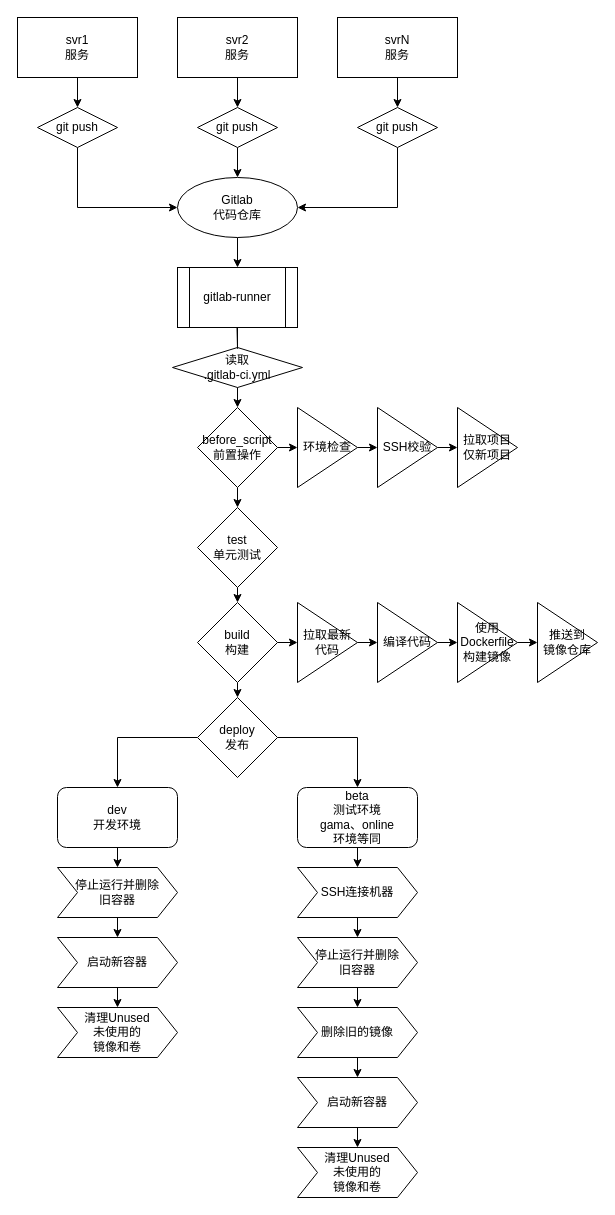
This is backend.drawio from tedlz/draw.io, a draw.io file, before an edit. Source tidied: cells renumbered, new cells numbered last; positions are measured from the earlier drawing's top-left corner, leaving out a move shared by most shapes. Both pictures are drawn from the tidied source at 100%, with x=0, y=0 at pixel (17, 17).
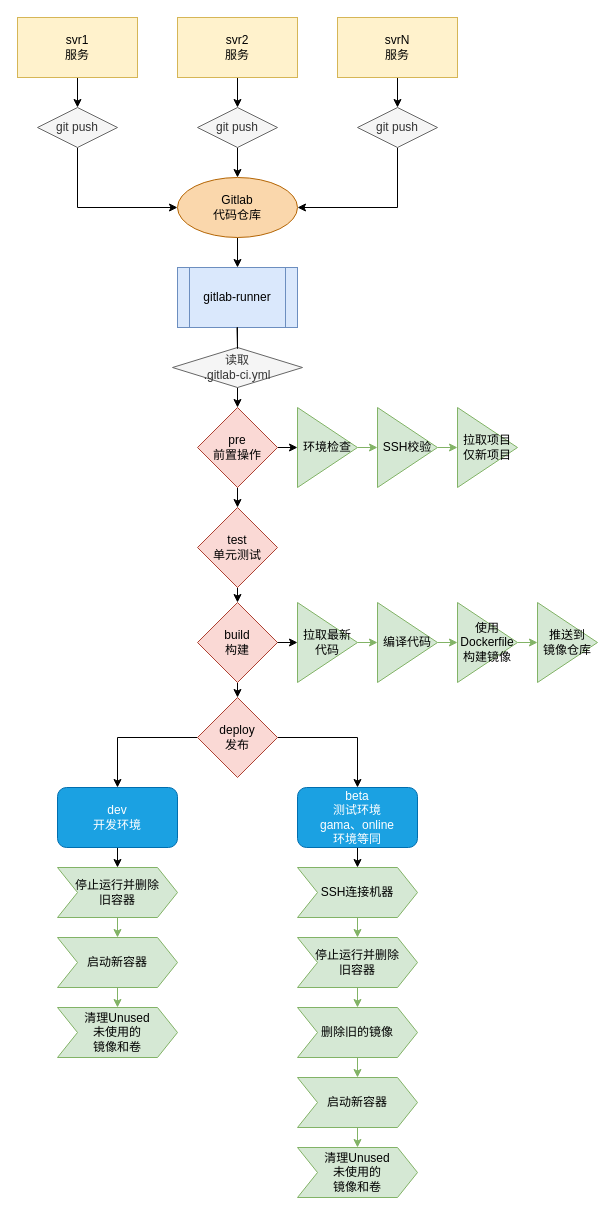
Above is the later version.

The edit, as a diff of the source:
```diff
@@
-    <mxCell id="3" value="svr1&lt;br&gt;服务" style="rounded=0;whiteSpace=wrap;html=1;" parent="1" vertex="1">
+    <mxCell id="3" value="svr1&lt;br&gt;服务" style="rounded=0;whiteSpace=wrap;html=1;fillColor=#fff2cc;strokeColor=#d6b656;" parent="1" vertex="1">
       <mxGeometry width="120" height="60" as="geometry" />
     </mxCell>
@@
-    <mxCell id="5" value="git push" style="rhombus;whiteSpace=wrap;html=1;" parent="1" vertex="1">
+    <mxCell id="5" value="git push" style="rhombus;whiteSpace=wrap;html=1;fillColor=#f5f5f5;fontColor=#333333;strokeColor=#666666;" parent="1" vertex="1">
       <mxGeometry x="20" y="90" width="80" height="40" as="geometry" />
     </mxCell>
@@
-    <mxCell id="7" value="svr2&lt;br&gt;服务" style="rounded=0;whiteSpace=wrap;html=1;" parent="1" vertex="1">
+    <mxCell id="7" value="svr2&lt;br&gt;服务" style="rounded=0;whiteSpace=wrap;html=1;fillColor=#fff2cc;strokeColor=#d6b656;" parent="1" vertex="1">
       <mxGeometry x="160" width="120" height="60" as="geometry" />
     </mxCell>
@@
-    <mxCell id="9" value="git push" style="rhombus;whiteSpace=wrap;html=1;" parent="1" vertex="1">
+    <mxCell id="9" value="git push" style="rhombus;whiteSpace=wrap;html=1;fillColor=#f5f5f5;fontColor=#333333;strokeColor=#666666;" parent="1" vertex="1">
       <mxGeometry x="180" y="90" width="80" height="40" as="geometry" />
     </mxCell>
@@
-    <mxCell id="11" value="svrN&lt;br&gt;服务" style="rounded=0;whiteSpace=wrap;html=1;" parent="1" vertex="1">
+    <mxCell id="11" value="svrN&lt;br&gt;服务" style="rounded=0;whiteSpace=wrap;html=1;fillColor=#fff2cc;strokeColor=#d6b656;" parent="1" vertex="1">
       <mxGeometry x="320" width="120" height="60" as="geometry" />
     </mxCell>
@@
-    <mxCell id="13" value="git push" style="rhombus;whiteSpace=wrap;html=1;" parent="1" vertex="1">
+    <mxCell id="13" value="git push" style="rhombus;whiteSpace=wrap;html=1;fillColor=#f5f5f5;fontColor=#333333;strokeColor=#666666;" parent="1" vertex="1">
       <mxGeometry x="340" y="90" width="80" height="40" as="geometry" />
     </mxCell>
@@
-    <mxCell id="16" value="gitlab-runner" style="shape=process;whiteSpace=wrap;html=1;backgroundOutline=1;" parent="1" vertex="1">
+    <mxCell id="16" value="gitlab-runner" style="shape=process;whiteSpace=wrap;html=1;backgroundOutline=1;fillColor=#dae8fc;strokeColor=#6c8ebf;" parent="1" vertex="1">
       <mxGeometry x="160" y="250" width="120" height="60" as="geometry" />
     </mxCell>
-    <mxCell id="17" value="Gitlab&lt;br&gt;代码仓库" style="ellipse;whiteSpace=wrap;html=1;" parent="1" vertex="1">
+    <mxCell id="17" value="Gitlab&lt;br&gt;代码仓库" style="ellipse;whiteSpace=wrap;html=1;fillColor=#fad7ac;strokeColor=#b46504;" parent="1" vertex="1">
       <mxGeometry x="160" y="160" width="120" height="60" as="geometry" />
     </mxCell>
@@
-    <mxCell id="19" value="test&lt;br&gt;单元测试" style="rhombus;whiteSpace=wrap;html=1;" parent="1" vertex="1">
+    <mxCell id="19" value="test&lt;br&gt;单元测试" style="rhombus;whiteSpace=wrap;html=1;fillColor=#fad9d5;strokeColor=#ae4132;" parent="1" vertex="1">
       <mxGeometry x="180" y="490" width="80" height="80" as="geometry" />
     </mxCell>
@@
-    <mxCell id="21" style="edgeStyle=orthogonalEdgeStyle;rounded=0;orthogonalLoop=1;jettySize=auto;html=1;exitX=1;exitY=0.5;exitDx=0;exitDy=0;" parent="1" edge="1">
+    <mxCell id="21" style="edgeStyle=orthogonalEdgeStyle;rounded=0;orthogonalLoop=1;jettySize=auto;html=1;exitX=1;exitY=0.5;exitDx=0;exitDy=0;fillColor=#d5e8d4;strokeColor=#82b366;" parent="1" edge="1">
       <mxGeometry relative="1" as="geometry">
         <mxPoint x="340" y="625" as="sourcePoint" />
         <mxPoint x="360" y="625" as="targetPoint" />
       </mxGeometry>
     </mxCell>
-    <mxCell id="22" value="build&lt;br&gt;构建" style="rhombus;whiteSpace=wrap;html=1;" parent="1" vertex="1">
+    <mxCell id="22" value="build&lt;br&gt;构建" style="rhombus;whiteSpace=wrap;html=1;fillColor=#fad9d5;strokeColor=#ae4132;" parent="1" vertex="1">
       <mxGeometry x="180" y="585" width="80" height="80" as="geometry" />
     </mxCell>
@@
-    <mxCell id="25" value="deploy&lt;br&gt;发布" style="rhombus;whiteSpace=wrap;html=1;" parent="1" vertex="1">
+    <mxCell id="25" value="deploy&lt;br&gt;发布" style="rhombus;whiteSpace=wrap;html=1;fillColor=#fad9d5;strokeColor=#ae4132;" parent="1" vertex="1">
       <mxGeometry x="180" y="680" width="80" height="80" as="geometry" />
     </mxCell>
@@
-    <mxCell id="27" value="读取&lt;br&gt;.gitlab-ci.yml" style="rhombus;whiteSpace=wrap;html=1;" parent="1" vertex="1">
+    <mxCell id="27" value="读取&lt;br&gt;.gitlab-ci.yml" style="rhombus;whiteSpace=wrap;html=1;fillColor=#f5f5f5;strokeColor=#666666;fontColor=#333333;" parent="1" vertex="1">
       <mxGeometry x="155" y="330" width="130" height="40" as="geometry" />
     </mxCell>
@@
-    <mxCell id="31" value="before_script&lt;br&gt;前置操作" style="rhombus;whiteSpace=wrap;html=1;" parent="1" vertex="1">
+    <mxCell id="31" value="pre&lt;br&gt;前置操作" style="rhombus;whiteSpace=wrap;html=1;fillColor=#fad9d5;strokeColor=#ae4132;" parent="1" vertex="1">
       <mxGeometry x="180" y="390" width="80" height="80" as="geometry" />
     </mxCell>
-    <mxCell id="32" style="edgeStyle=orthogonalEdgeStyle;rounded=0;jettySize=auto;html=1;exitX=1;exitY=0.5;exitDx=0;exitDy=0;" parent="1" edge="1" source="33">
+    <mxCell id="32" style="edgeStyle=orthogonalEdgeStyle;rounded=0;jettySize=auto;html=1;exitX=1;exitY=0.5;exitDx=0;exitDy=0;fillColor=#d5e8d4;strokeColor=#82b366;" parent="1" edge="1" source="33">
       <mxGeometry relative="1" as="geometry">
         <mxPoint x="360" y="430" as="targetPoint" />
       </mxGeometry>
     </mxCell>
-    <mxCell id="33" value="环境检查" style="triangle;whiteSpace=wrap;html=1;" parent="1" vertex="1">
+    <mxCell id="33" value="环境检查" style="triangle;whiteSpace=wrap;html=1;fillColor=#d5e8d4;strokeColor=#82b366;" parent="1" vertex="1">
       <mxGeometry x="280" y="390" width="60" height="80" as="geometry" />
     </mxCell>
-    <mxCell id="34" style="edgeStyle=orthogonalEdgeStyle;rounded=0;jettySize=auto;html=1;exitX=1;exitY=0.5;exitDx=0;exitDy=0;entryX=0;entryY=0.5;entryDx=0;entryDy=0;" parent="1" edge="1" source="35" target="36">
+    <mxCell id="34" style="edgeStyle=orthogonalEdgeStyle;rounded=0;jettySize=auto;html=1;exitX=1;exitY=0.5;exitDx=0;exitDy=0;entryX=0;entryY=0.5;entryDx=0;entryDy=0;fillColor=#d5e8d4;strokeColor=#82b366;" parent="1" edge="1" source="35" target="36">
       <mxGeometry relative="1" as="geometry" />
     </mxCell>
-    <mxCell id="35" value="SSH校验" style="triangle;whiteSpace=wrap;html=1;" parent="1" vertex="1">
+    <mxCell id="35" value="SSH校验" style="triangle;whiteSpace=wrap;html=1;fillColor=#d5e8d4;strokeColor=#82b366;" parent="1" vertex="1">
       <mxGeometry x="360" y="390" width="60" height="80" as="geometry" />
     </mxCell>
-    <mxCell id="36" value="拉取项目&lt;br&gt;仅新项目" style="triangle;whiteSpace=wrap;html=1;" parent="1" vertex="1">
+    <mxCell id="36" value="拉取项目&lt;br&gt;仅新项目" style="triangle;whiteSpace=wrap;html=1;fillColor=#d5e8d4;strokeColor=#82b366;" parent="1" vertex="1">
       <mxGeometry x="440" y="390" width="60" height="80" as="geometry" />
     </mxCell>
-    <mxCell id="37" style="edgeStyle=orthogonalEdgeStyle;rounded=0;jettySize=auto;html=1;exitX=1;exitY=0.5;exitDx=0;exitDy=0;entryX=0;entryY=0.5;entryDx=0;entryDy=0;" parent="1" edge="1" source="38" target="40">
+    <mxCell id="37" style="edgeStyle=orthogonalEdgeStyle;rounded=0;jettySize=auto;html=1;exitX=1;exitY=0.5;exitDx=0;exitDy=0;entryX=0;entryY=0.5;entryDx=0;entryDy=0;fillColor=#d5e8d4;strokeColor=#82b366;" parent="1" edge="1" source="38" target="40">
       <mxGeometry relative="1" as="geometry" />
     </mxCell>
-    <mxCell id="38" value="编译代码" style="triangle;whiteSpace=wrap;html=1;" parent="1" vertex="1">
+    <mxCell id="38" value="编译代码" style="triangle;whiteSpace=wrap;html=1;fillColor=#d5e8d4;strokeColor=#82b366;" parent="1" vertex="1">
       <mxGeometry x="360" y="585" width="60" height="80" as="geometry" />
     </mxCell>
-    <mxCell id="39" style="edgeStyle=orthogonalEdgeStyle;rounded=0;jettySize=auto;html=1;exitX=1;exitY=0.5;exitDx=0;exitDy=0;" parent="1" edge="1" source="40">
+    <mxCell id="39" style="edgeStyle=orthogonalEdgeStyle;rounded=0;jettySize=auto;html=1;exitX=1;exitY=0.5;exitDx=0;exitDy=0;fillColor=#d5e8d4;strokeColor=#82b366;" parent="1" edge="1" source="40">
       <mxGeometry relative="1" as="geometry">
         <mxPoint x="520" y="625" as="targetPoint" />
       </mxGeometry>
     </mxCell>
-    <mxCell id="40" value="使用Dockerfile&lt;br&gt;构建镜像" style="triangle;whiteSpace=wrap;html=1;" parent="1" vertex="1">
+    <mxCell id="40" value="使用Dockerfile&lt;br&gt;构建镜像" style="triangle;whiteSpace=wrap;html=1;fillColor=#d5e8d4;strokeColor=#82b366;" parent="1" vertex="1">
       <mxGeometry x="440" y="585" width="60" height="80" as="geometry" />
     </mxCell>
-    <mxCell id="41" value="推送到&lt;br&gt;镜像仓库" style="triangle;whiteSpace=wrap;html=1;" parent="1" vertex="1">
+    <mxCell id="41" value="推送到&lt;br&gt;镜像仓库" style="triangle;whiteSpace=wrap;html=1;fillColor=#d5e8d4;strokeColor=#82b366;" parent="1" vertex="1">
       <mxGeometry x="520" y="585" width="60" height="80" as="geometry" />
     </mxCell>
-    <mxCell id="42" style="edgeStyle=orthogonalEdgeStyle;rounded=0;orthogonalLoop=1;jettySize=auto;html=1;exitX=0.5;exitY=1;exitDx=0;exitDy=0;" parent="1" edge="1">
+    <mxCell id="42" style="edgeStyle=orthogonalEdgeStyle;rounded=0;orthogonalLoop=1;jettySize=auto;html=1;exitX=0.5;exitY=1;exitDx=0;exitDy=0;fillColor=#d5e8d4;strokeColor=#82b366;" parent="1" edge="1">
       <mxGeometry relative="1" as="geometry">
         <mxPoint x="100" y="970" as="sourcePoint" />
         <mxPoint x="100" y="990" as="targetPoint" />
       </mxGeometry>
     </mxCell>
@@
-    <mxCell id="44" value="dev&lt;br&gt;开发环境" style="rounded=1;whiteSpace=wrap;html=1;" parent="1" vertex="1">
+    <mxCell id="44" value="dev&lt;br&gt;开发环境" style="rounded=1;whiteSpace=wrap;html=1;fillColor=#1ba1e2;strokeColor=#006EAF;fontColor=#ffffff;" parent="1" vertex="1">
       <mxGeometry x="40" y="770" width="120" height="60" as="geometry" />
     </mxCell>
@@
-    <mxCell id="46" value="beta&lt;br&gt;测试环境&lt;br&gt;gama、online&lt;br&gt;环境等同" style="rounded=1;whiteSpace=wrap;html=1;" parent="1" vertex="1">
+    <mxCell id="46" value="beta&lt;br&gt;测试环境&lt;br&gt;gama、online&lt;br&gt;环境等同" style="rounded=1;whiteSpace=wrap;html=1;fillColor=#1ba1e2;strokeColor=#006EAF;fontColor=#ffffff;" parent="1" vertex="1">
       <mxGeometry x="280" y="770" width="120" height="60" as="geometry" />
     </mxCell>
-    <mxCell id="47" value="清理Unused&lt;br&gt;未使用的&lt;br&gt;镜像和卷" style="shape=step;perimeter=stepPerimeter;whiteSpace=wrap;html=1;fixedSize=1;" parent="1" vertex="1">
+    <mxCell id="47" value="清理Unused&lt;br&gt;未使用的&lt;br&gt;镜像和卷" style="shape=step;perimeter=stepPerimeter;whiteSpace=wrap;html=1;fixedSize=1;fillColor=#d5e8d4;strokeColor=#82b366;" parent="1" vertex="1">
       <mxGeometry x="40" y="990" width="120" height="50" as="geometry" />
     </mxCell>
-    <mxCell id="48" style="edgeStyle=orthogonalEdgeStyle;rounded=0;jettySize=auto;html=1;exitX=0.5;exitY=1;exitDx=0;exitDy=0;entryX=0.5;entryY=0;entryDx=0;entryDy=0;" parent="1" edge="1" source="49" target="50">
+    <mxCell id="48" style="edgeStyle=orthogonalEdgeStyle;rounded=0;jettySize=auto;html=1;exitX=0.5;exitY=1;exitDx=0;exitDy=0;entryX=0.5;entryY=0;entryDx=0;entryDy=0;fillColor=#d5e8d4;strokeColor=#82b366;" parent="1" edge="1" source="49" target="50">
       <mxGeometry relative="1" as="geometry" />
     </mxCell>
-    <mxCell id="49" value="停止运行并删除&lt;br&gt;旧容器" style="shape=step;perimeter=stepPerimeter;whiteSpace=wrap;html=1;fixedSize=1;" parent="1" vertex="1">
+    <mxCell id="49" value="停止运行并删除&lt;br&gt;旧容器" style="shape=step;perimeter=stepPerimeter;whiteSpace=wrap;html=1;fixedSize=1;fillColor=#d5e8d4;strokeColor=#82b366;" parent="1" vertex="1">
       <mxGeometry x="40" y="850" width="120" height="50" as="geometry" />
     </mxCell>
-    <mxCell id="50" value="启动新容器" style="shape=step;perimeter=stepPerimeter;whiteSpace=wrap;html=1;fixedSize=1;" parent="1" vertex="1">
+    <mxCell id="50" value="启动新容器" style="shape=step;perimeter=stepPerimeter;whiteSpace=wrap;html=1;fixedSize=1;fillColor=#d5e8d4;strokeColor=#82b366;" parent="1" vertex="1">
       <mxGeometry x="40" y="920" width="120" height="50" as="geometry" />
     </mxCell>
-    <mxCell id="51" style="edgeStyle=orthogonalEdgeStyle;rounded=0;jettySize=auto;html=1;exitX=0.5;exitY=1;exitDx=0;exitDy=0;entryX=0.5;entryY=0;entryDx=0;entryDy=0;" parent="1" edge="1" source="52" target="56">
+    <mxCell id="51" style="edgeStyle=orthogonalEdgeStyle;rounded=0;jettySize=auto;html=1;exitX=0.5;exitY=1;exitDx=0;exitDy=0;entryX=0.5;entryY=0;entryDx=0;entryDy=0;fillColor=#d5e8d4;strokeColor=#82b366;" parent="1" edge="1" source="52" target="56">
       <mxGeometry relative="1" as="geometry" />
     </mxCell>
-    <mxCell id="52" value="SSH连接机器" style="shape=step;perimeter=stepPerimeter;whiteSpace=wrap;html=1;fixedSize=1;" parent="1" vertex="1">
+    <mxCell id="52" value="SSH连接机器" style="shape=step;perimeter=stepPerimeter;whiteSpace=wrap;html=1;fixedSize=1;fillColor=#d5e8d4;strokeColor=#82b366;" parent="1" vertex="1">
       <mxGeometry x="280" y="850" width="120" height="50" as="geometry" />
     </mxCell>
-    <mxCell id="53" style="edgeStyle=orthogonalEdgeStyle;rounded=0;orthogonalLoop=1;jettySize=auto;html=1;exitX=0.5;exitY=1;exitDx=0;exitDy=0;" parent="1" edge="1">
+    <mxCell id="53" style="edgeStyle=orthogonalEdgeStyle;rounded=0;orthogonalLoop=1;jettySize=auto;html=1;exitX=0.5;exitY=1;exitDx=0;exitDy=0;fillColor=#d5e8d4;strokeColor=#82b366;" parent="1" edge="1">
       <mxGeometry relative="1" as="geometry">
         <mxPoint x="340" y="1110" as="sourcePoint" />
         <mxPoint x="340" y="1130" as="targetPoint" />
       </mxGeometry>
     </mxCell>
-    <mxCell id="54" value="清理Unused&lt;br&gt;未使用的&lt;br&gt;镜像和卷" style="shape=step;perimeter=stepPerimeter;whiteSpace=wrap;html=1;fixedSize=1;" parent="1" vertex="1">
+    <mxCell id="54" value="清理Unused&lt;br&gt;未使用的&lt;br&gt;镜像和卷" style="shape=step;perimeter=stepPerimeter;whiteSpace=wrap;html=1;fixedSize=1;fillColor=#d5e8d4;strokeColor=#82b366;" parent="1" vertex="1">
       <mxGeometry x="280" y="1130" width="120" height="50" as="geometry" />
     </mxCell>
-    <mxCell id="55" style="edgeStyle=orthogonalEdgeStyle;rounded=0;jettySize=auto;html=1;exitX=0.5;exitY=1;exitDx=0;exitDy=0;entryX=0.5;entryY=0;entryDx=0;entryDy=0;" parent="1" edge="1" source="56" target="58">
+    <mxCell id="55" style="edgeStyle=orthogonalEdgeStyle;rounded=0;jettySize=auto;html=1;exitX=0.5;exitY=1;exitDx=0;exitDy=0;entryX=0.5;entryY=0;entryDx=0;entryDy=0;fillColor=#d5e8d4;strokeColor=#82b366;" parent="1" edge="1" source="56" target="58">
       <mxGeometry relative="1" as="geometry" />
     </mxCell>
-    <mxCell id="56" value="停止运行并删除&lt;br&gt;旧容器" style="shape=step;perimeter=stepPerimeter;whiteSpace=wrap;html=1;fixedSize=1;" parent="1" vertex="1">
+    <mxCell id="56" value="停止运行并删除&lt;br&gt;旧容器" style="shape=step;perimeter=stepPerimeter;whiteSpace=wrap;html=1;fixedSize=1;fillColor=#d5e8d4;strokeColor=#82b366;" parent="1" vertex="1">
       <mxGeometry x="280" y="920" width="120" height="50" as="geometry" />
     </mxCell>
-    <mxCell id="57" style="edgeStyle=orthogonalEdgeStyle;rounded=0;jettySize=auto;html=1;exitX=0.5;exitY=1;exitDx=0;exitDy=0;entryX=0.5;entryY=0;entryDx=0;entryDy=0;" parent="1" edge="1" source="58" target="59">
+    <mxCell id="57" style="edgeStyle=orthogonalEdgeStyle;rounded=0;jettySize=auto;html=1;exitX=0.5;exitY=1;exitDx=0;exitDy=0;entryX=0.5;entryY=0;entryDx=0;entryDy=0;fillColor=#d5e8d4;strokeColor=#82b366;" parent="1" edge="1" source="58" target="59">
       <mxGeometry relative="1" as="geometry" />
     </mxCell>
-    <mxCell id="58" value="删除旧的镜像" style="shape=step;perimeter=stepPerimeter;whiteSpace=wrap;html=1;fixedSize=1;" parent="1" vertex="1">
+    <mxCell id="58" value="删除旧的镜像" style="shape=step;perimeter=stepPerimeter;whiteSpace=wrap;html=1;fixedSize=1;fillColor=#d5e8d4;strokeColor=#82b366;" parent="1" vertex="1">
       <mxGeometry x="280" y="990" width="120" height="50" as="geometry" />
     </mxCell>
-    <mxCell id="59" value="启动新容器" style="shape=step;perimeter=stepPerimeter;whiteSpace=wrap;html=1;fixedSize=1;" parent="1" vertex="1">
+    <mxCell id="59" value="启动新容器" style="shape=step;perimeter=stepPerimeter;whiteSpace=wrap;html=1;fixedSize=1;fillColor=#d5e8d4;strokeColor=#82b366;" parent="1" vertex="1">
       <mxGeometry x="280" y="1060" width="120" height="50" as="geometry" />
     </mxCell>
@@
-    <mxCell id="61" value="拉取最新&lt;br&gt;代码" style="triangle;whiteSpace=wrap;html=1;" parent="1" vertex="1">
+    <mxCell id="61" value="拉取最新&lt;br&gt;代码" style="triangle;whiteSpace=wrap;html=1;fillColor=#d5e8d4;strokeColor=#82b366;" parent="1" vertex="1">
       <mxGeometry x="280" y="585" width="60" height="80" as="geometry" />
     </mxCell>
```
